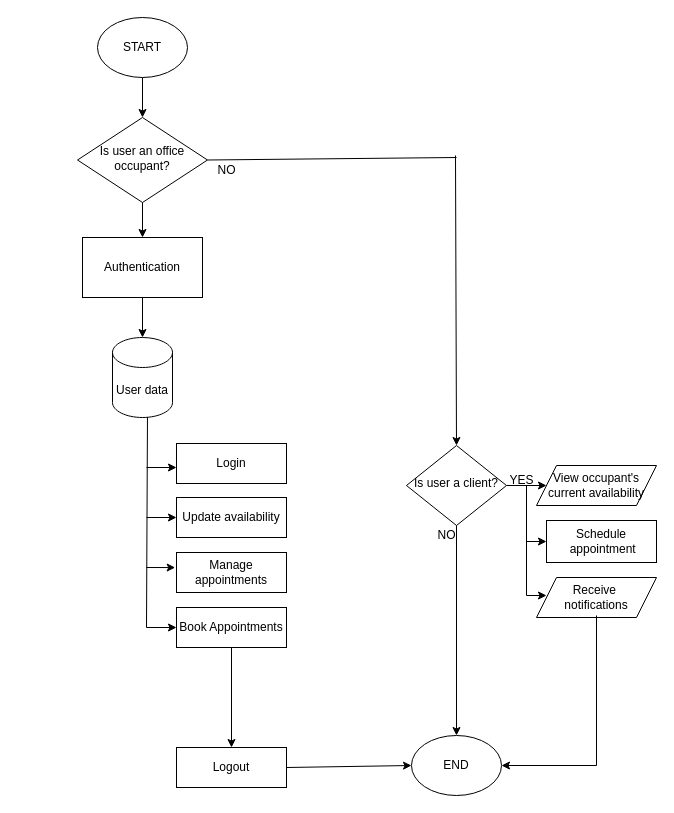
Above: Untitled Diagram.drawio in Badigribz/portfolio (draw.io), before the change. Source tidied: cells renumbered, new cells numbered last; positions are measured from the earlier drawing's top-left corner, leaving out a move shared by most shapes. Both pictures are drawn from the tidied source at 100%, with x=0, y=0 at pixel (17, 17).
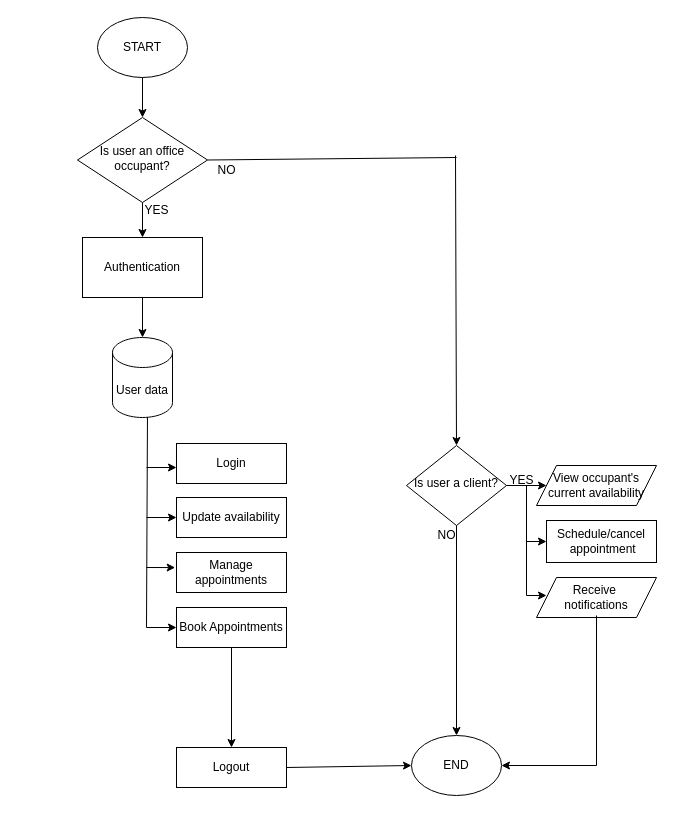
The same page after the edit.

Diff of the diagram source:
```diff
@@
-    <mxCell id="23" value="Schedule&lt;div&gt;&lt;span style=&quot;background-color: transparent; color: light-dark(rgb(0, 0, 0), rgb(255, 255, 255));&quot;&gt;&amp;nbsp;appointment&lt;/span&gt;&lt;/div&gt;" style="rounded=0;whiteSpace=wrap;html=1;" parent="1" vertex="1">
+    <mxCell id="23" value="Schedule/cancel&lt;div&gt;&lt;span style=&quot;background-color: transparent; color: light-dark(rgb(0, 0, 0), rgb(255, 255, 255));&quot;&gt;&amp;nbsp;appointment&lt;/span&gt;&lt;/div&gt;" style="rounded=0;whiteSpace=wrap;html=1;" parent="1" vertex="1">
       <mxGeometry x="529" y="503" width="110" height="42" as="geometry" />
     </mxCell>
@@
+    <mxCell id="39" value="YES" style="text;html=1;align=center;verticalAlign=middle;strokeColor=none;fillColor=none;" parent="1" vertex="1">
+      <mxGeometry x="114" y="178" width="50" height="30" as="geometry" />
+    </mxCell>
```
